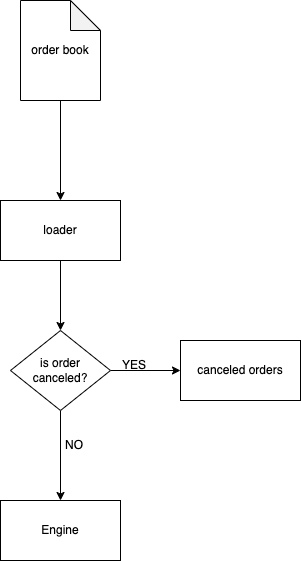
Intina47/sys-D keeps this draw.io diagram as auto-trader1.png. Above is the earlier version. Source tidied: cells renumbered, new cells last; positions are measured from the earlier drawing's top-left corner, leaving out a move shared by most shapes.
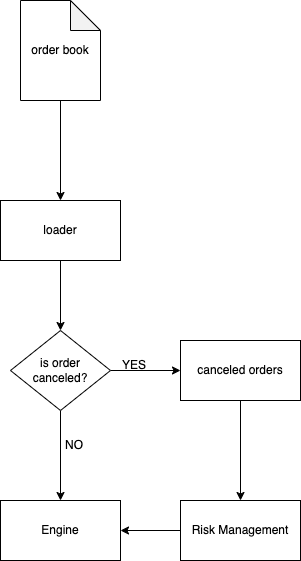
The same diagram one commit later.

Diff of the diagram source:
```diff
@@ -23,6 +23,9 @@
     <mxCell id="8" value="is order&lt;br&gt;canceled?" style="rhombus;whiteSpace=wrap;html=1;" parent="1" vertex="1">
       <mxGeometry x="10" y="330" width="100" height="80" as="geometry" />
     </mxCell>
+    <mxCell id="13" style="edgeStyle=orthogonalEdgeStyle;rounded=0;jettySize=auto;html=1;" parent="1" edge="1" source="9" target="15">
+      <mxGeometry relative="1" as="geometry" />
+    </mxCell>
     <mxCell id="9" value="canceled orders" style="whiteSpace=wrap;html=1;" parent="1" vertex="1">
       <mxGeometry x="180" y="340" width="120" height="60" as="geometry" />
     </mxCell>
@@ -35,5 +38,11 @@
     <mxCell id="12" value="YES" style="text;html=1;align=center;verticalAlign=middle;whiteSpace=wrap;rounded=0;" parent="1" vertex="1">
       <mxGeometry x="104" y="350" width="60" height="30" as="geometry" />
     </mxCell>
+    <mxCell id="14" style="edgeStyle=orthogonalEdgeStyle;rounded=0;jettySize=auto;html=1;entryX=1;entryY=0.5;entryDx=0;entryDy=0;" parent="1" edge="1" source="15" target="10">
+      <mxGeometry relative="1" as="geometry" />
+    </mxCell>
+    <mxCell id="15" value="Risk Management" style="whiteSpace=wrap;html=1;" parent="1" vertex="1">
+      <mxGeometry x="180" y="500" width="120" height="60" as="geometry" />
+    </mxCell>
   </root>
 </mxGraphModel>
```
